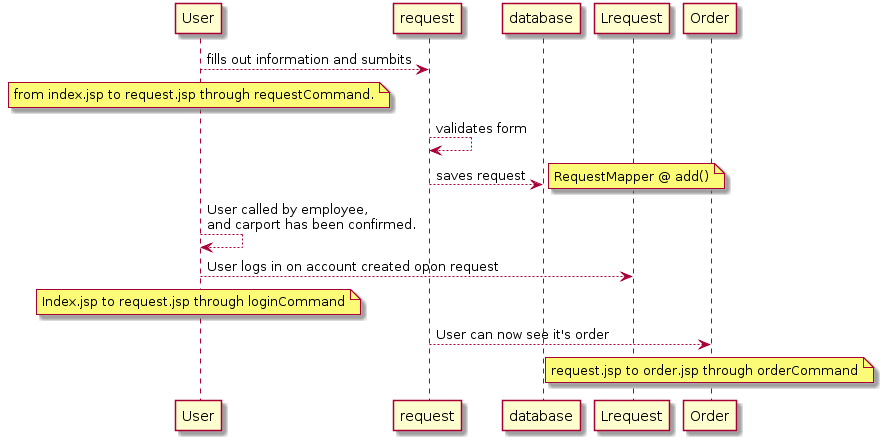
This is Analyser/Sekvens diagram/Bruger køb.png from asgerhs/FogProject, a PlantUML export, as it was before one commit.
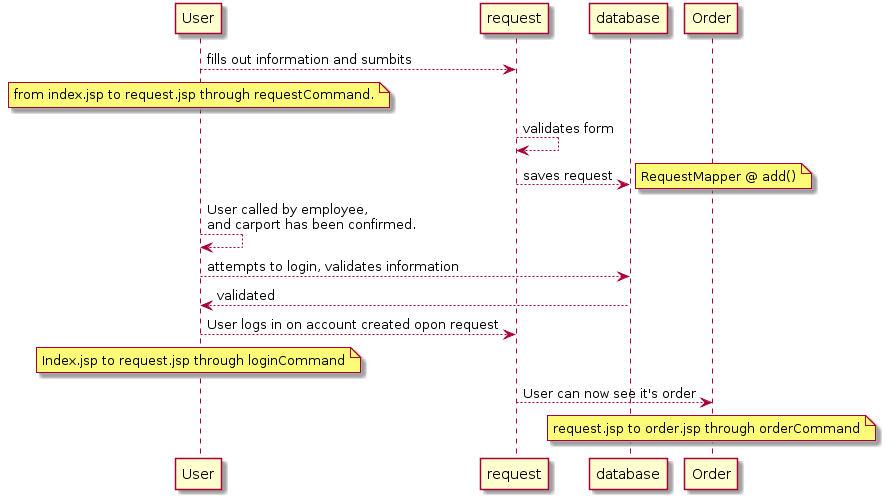
The same file after the commit.

The edit, as a diff of the source:
```diff
@@ -7,7 +7,9 @@
 note right: RequestMapper @ add()
 
 User --> User : User called by employee,\nand carport has been confirmed.
-User --> Lrequest : User logs in on account created opon request
+User --> database : attempts to login, validates information
+database --> User : validated
+User --> request : User logs in on account created opon request
 note over User : Index.jsp to request.jsp through loginCommand
 
 request --> Order : User can now see it's order
```
